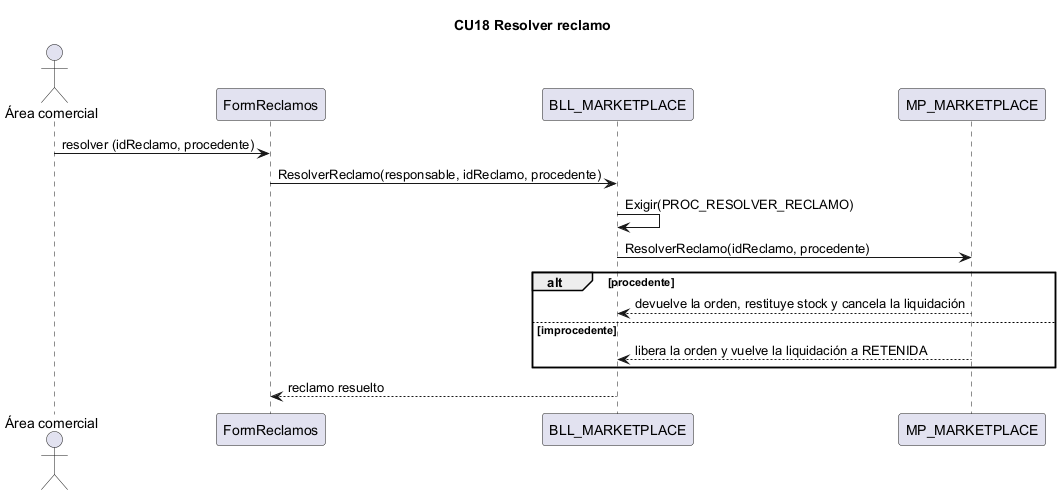
Above: docs/diagramas/secuencias_png/CU18.png in L-Muniz/uai-diploma_2026 (PlantUML), before the change. Source of this version:
```plantuml
@startuml CU18
title CU18 Resolver reclamo
actor "Área comercial" as Area
participant "FormReclamos" as IU
participant "BLL_MARKETPLACE" as BLL
participant "MP_MARKETPLACE" as DAL
Area -> IU : resolver (idReclamo, procedente)
IU -> BLL : ResolverReclamo(responsable, idReclamo, procedente)
BLL -> BLL : Exigir(PROC_RESOLVER_RECLAMO)
BLL -> DAL : ResolverReclamo(idReclamo, procedente)
alt procedente
  DAL --> BLL : devuelve la orden, restituye stock y cancela la liquidación
else improcedente
  DAL --> BLL : libera la orden y vuelve la liquidación a RETENIDA
end
BLL --> IU : reclamo resuelto
@enduml
```
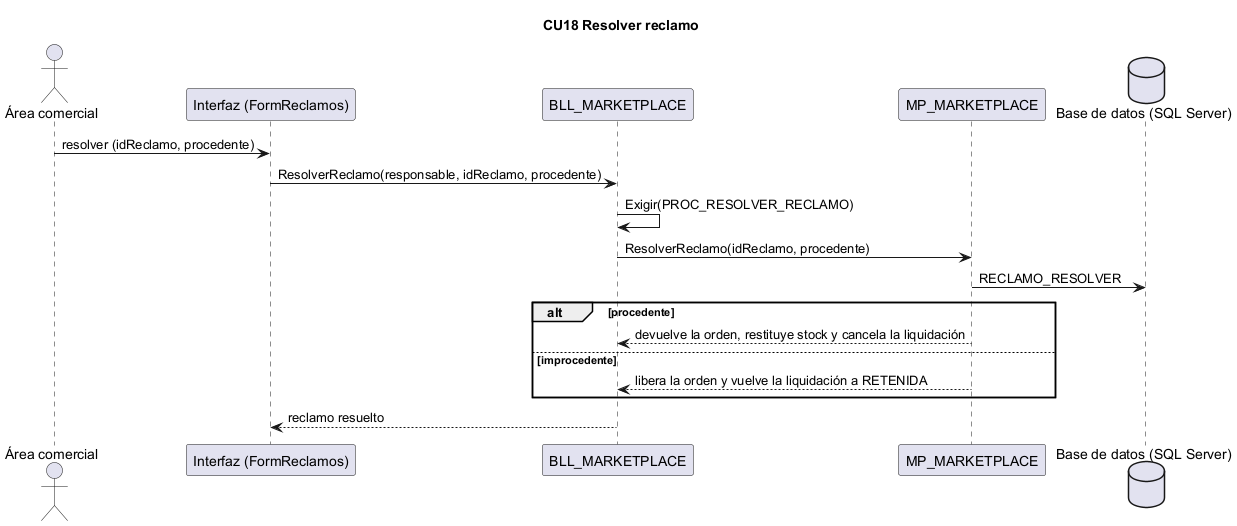
After the commit.

The edit, as a diff of the source:
```diff
@@ -1,13 +1,15 @@
 @startuml CU18
 title CU18 Resolver reclamo
 actor "Área comercial" as Area
-participant "FormReclamos" as IU
+participant "Interfaz (FormReclamos)" as IU
 participant "BLL_MARKETPLACE" as BLL
 participant "MP_MARKETPLACE" as DAL
+database "Base de datos (SQL Server)" as BD
 Area -> IU : resolver (idReclamo, procedente)
 IU -> BLL : ResolverReclamo(responsable, idReclamo, procedente)
 BLL -> BLL : Exigir(PROC_RESOLVER_RECLAMO)
 BLL -> DAL : ResolverReclamo(idReclamo, procedente)
+DAL -> BD : RECLAMO_RESOLVER
 alt procedente
   DAL --> BLL : devuelve la orden, restituye stock y cancela la liquidación
 else improcedente
```
